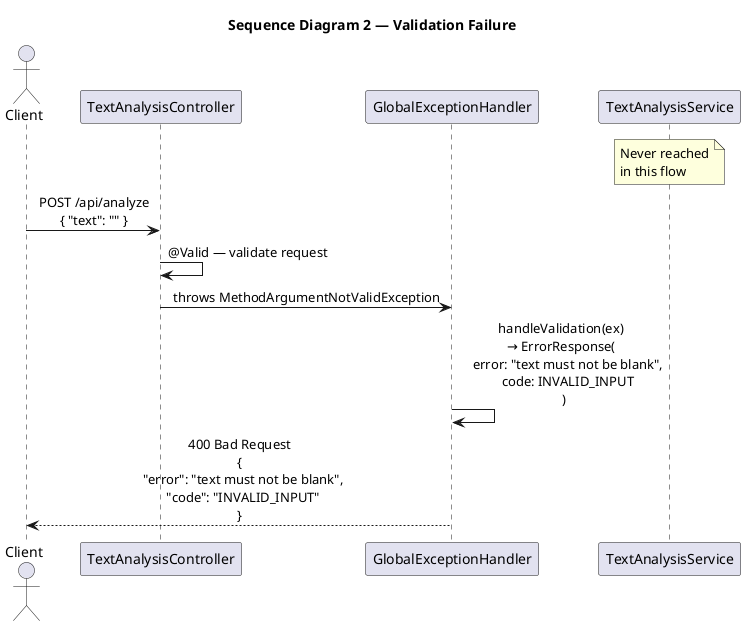
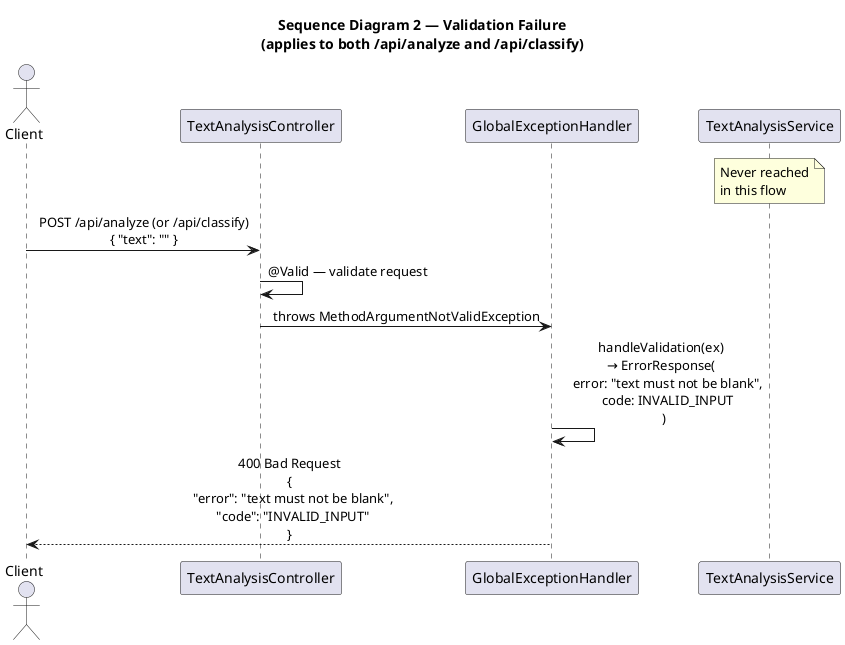
@startuml sequence-validation-failure

- title Sequence Diagram 2 — Validation Failure
+ title Sequence Diagram 2 — Validation Failure\n(applies to both /api/analyze and /api/classify)

skinparam sequenceMessageAlign center
skinparam responseMessageBelowArrow true

actor       Client
participant "TextAnalysisController"  as Controller
participant "GlobalExceptionHandler"  as Handler
participant "TextAnalysisService"     as Service

note over Service : Never reached\nin this flow

- Client -> Controller : POST /api/analyze\n{ "text": "" }
+ Client -> Controller : POST /api/analyze (or /api/classify)\n{ "text": "" }

Controller -> Controller : @Valid — validate request

Controller -> Handler : throws MethodArgumentNotValidException

Handler -> Handler : handleValidation(ex)\n→ ErrorResponse(\n    error: "text must not be blank",\n    code: INVALID_INPUT\n  )

Handler --> Client : 400 Bad Request\n{\n  "error": "text must not be blank",\n  "code": "INVALID_INPUT"\n}

@enduml
